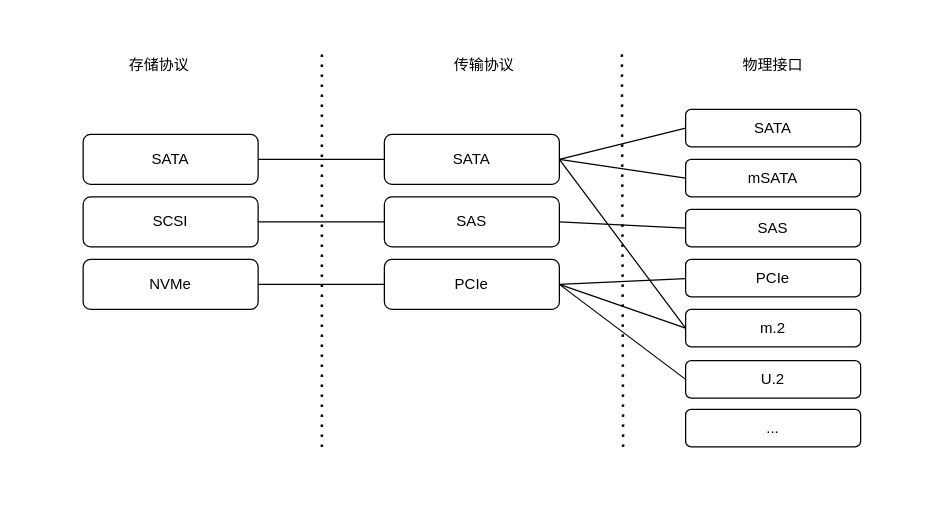
Above: storage.drawio in Aspiresky/draw.io (draw.io), before the change. Source tidied: cells renumbered, new cells numbered last; positions are measured from the earlier drawing's top-left corner, leaving out a move shared by most shapes. Both pictures are drawn from the tidied source at 125%, with x=0, y=0 at pixel (82, 46).
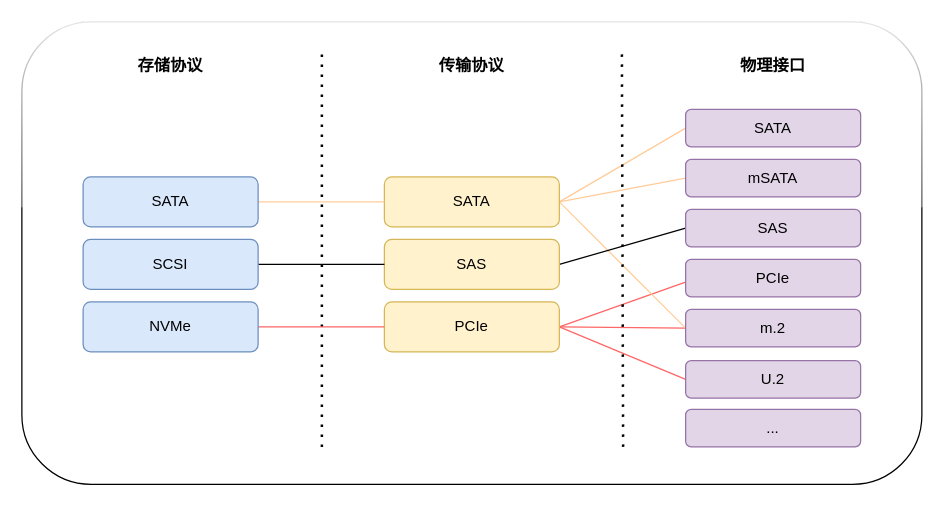
After the change.

Diff of the diagram source:
```diff
@@
-    <mxCell id="2" style="rounded=0;jettySize=auto;html=1;exitX=1;exitY=0.5;exitDx=0;exitDy=0;entryX=0.064;entryY=0.5;entryDx=0;entryDy=0;entryPerimeter=0;endArrow=none;endFill=0;" parent="1" edge="1" source="5" target="25">
-      <mxGeometry relative="1" as="geometry" />
-    </mxCell>
-    <mxCell id="3" style="rounded=0;jettySize=auto;html=1;exitX=1;exitY=0.5;exitDx=0;exitDy=0;entryX=0;entryY=0.5;entryDx=0;entryDy=0;endArrow=none;endFill=0;" parent="1" edge="1" source="5" target="21">
-      <mxGeometry relative="1" as="geometry" />
-    </mxCell>
-    <mxCell id="4" style="rounded=0;jettySize=auto;html=1;exitX=1;exitY=0.5;exitDx=0;exitDy=0;entryX=0;entryY=0.5;entryDx=0;entryDy=0;endArrow=none;endFill=0;" parent="1" edge="1" source="5" target="22">
-      <mxGeometry relative="1" as="geometry" />
-    </mxCell>
-    <mxCell id="5" value="PCIe" style="rounded=1;whiteSpace=wrap;html=1;" parent="1" vertex="1">
-      <mxGeometry x="241" y="170" width="140" height="40" as="geometry" />
-    </mxCell>
-    <mxCell id="6" style="endArrow=none;dashed=1;html=1;dashPattern=1 3;strokeWidth=2;rounded=0;" parent="1" edge="1">
-      <mxGeometry relative="1" as="geometry">
-        <mxPoint x="191" y="320" as="sourcePoint" />
-        <mxPoint x="191" as="targetPoint" />
-      </mxGeometry>
-    </mxCell>
-    <mxCell id="7" style="rounded=0;jettySize=auto;html=1;exitX=1;exitY=0.5;exitDx=0;exitDy=0;entryX=0;entryY=0.5;entryDx=0;entryDy=0;endArrow=none;endFill=0;" parent="1" edge="1" source="10" target="29">
-      <mxGeometry relative="1" as="geometry" />
-    </mxCell>
-    <mxCell id="8" style="rounded=0;jettySize=auto;html=1;exitX=1;exitY=0.5;exitDx=0;exitDy=0;entryX=0;entryY=0.5;entryDx=0;entryDy=0;endArrow=none;endFill=0;" parent="1" edge="1" source="10" target="18">
-      <mxGeometry relative="1" as="geometry" />
-    </mxCell>
-    <mxCell id="9" style="rounded=0;jettySize=auto;html=1;exitX=1;exitY=0.5;exitDx=0;exitDy=0;entryX=0;entryY=0.5;entryDx=0;entryDy=0;endArrow=none;endFill=0;" parent="1" edge="1" source="10" target="21">
-      <mxGeometry relative="1" as="geometry" />
-    </mxCell>
-    <mxCell id="10" value="SATA" style="rounded=1;whiteSpace=wrap;html=1;" parent="1" vertex="1">
-      <mxGeometry x="241" y="70" width="140" height="40" as="geometry" />
-    </mxCell>
-    <mxCell id="11" style="rounded=0;jettySize=auto;html=1;exitX=1;exitY=0.5;exitDx=0;exitDy=0;entryX=0;entryY=0.5;entryDx=0;entryDy=0;endArrow=none;endFill=0;" parent="1" edge="1" source="12" target="28">
-      <mxGeometry relative="1" as="geometry" />
-    </mxCell>
-    <mxCell id="12" value="SAS" style="rounded=1;whiteSpace=wrap;html=1;" parent="1" vertex="1">
-      <mxGeometry x="241" y="120" width="140" height="40" as="geometry" />
-    </mxCell>
-    <mxCell id="13" style="endArrow=none;dashed=1;html=1;dashPattern=1 3;strokeWidth=2;rounded=0;" parent="1" edge="1">
-      <mxGeometry relative="1" as="geometry">
-        <mxPoint x="432" y="320" as="sourcePoint" />
-        <mxPoint x="431" as="targetPoint" />
-      </mxGeometry>
-    </mxCell>
-    <mxCell id="14" style="edgeStyle=orthogonalEdgeStyle;rounded=0;jettySize=auto;html=1;exitX=1;exitY=0.5;exitDx=0;exitDy=0;entryX=0;entryY=0.5;entryDx=0;entryDy=0;endArrow=none;endFill=0;" parent="1" edge="1" source="15" target="12">
-      <mxGeometry relative="1" as="geometry" />
-    </mxCell>
+    <mxCell id="30" style="rounded=1;whiteSpace=wrap;html=1;shadow=0;glass=1;" parent="1" vertex="1">
+      <mxGeometry x="-49" y="-20" width="720" height="370" as="geometry" />
+    </mxCell>
+    <mxCell id="31" style="rounded=0;jettySize=auto;html=1;exitX=1;exitY=0.5;exitDx=0;exitDy=0;entryX=0.064;entryY=0.5;entryDx=0;entryDy=0;entryPerimeter=0;endArrow=none;endFill=0;strokeColor=#FF6666;" parent="1" edge="1" source="34" target="45">
+      <mxGeometry relative="1" as="geometry" />
+    </mxCell>
+    <mxCell id="32" style="rounded=0;jettySize=auto;html=1;exitX=1;exitY=0.5;exitDx=0;exitDy=0;entryX=0;entryY=0.5;entryDx=0;entryDy=0;endArrow=none;endFill=0;strokeColor=#FF6666;" parent="1" edge="1" source="34" target="21">
+      <mxGeometry relative="1" as="geometry" />
+    </mxCell>
+    <mxCell id="33" style="rounded=0;jettySize=auto;html=1;exitX=1;exitY=0.5;exitDx=0;exitDy=0;entryX=0;entryY=0.5;entryDx=0;entryDy=0;endArrow=none;endFill=0;strokeColor=#FF6666;" parent="1" edge="1" source="34" target="22">
+      <mxGeometry relative="1" as="geometry" />
+    </mxCell>
+    <mxCell id="34" value="PCIe" style="rounded=1;whiteSpace=wrap;html=1;fillColor=#fff2cc;strokeColor=#d6b656;" parent="1" vertex="1">
+      <mxGeometry x="241" y="204" width="140" height="40" as="geometry" />
+    </mxCell>
+    <mxCell id="35" style="endArrow=none;dashed=1;html=1;dashPattern=1 3;strokeWidth=2;rounded=0;" parent="1" edge="1">
+      <mxGeometry relative="1" as="geometry">
+        <mxPoint x="191" y="320" as="sourcePoint" />
+        <mxPoint x="191" as="targetPoint" />
+      </mxGeometry>
+    </mxCell>
+    <mxCell id="36" style="rounded=0;jettySize=auto;html=1;exitX=1;exitY=0.5;exitDx=0;exitDy=0;entryX=0;entryY=0.5;entryDx=0;entryDy=0;endArrow=none;endFill=0;strokeColor=#FFCC99;" parent="1" edge="1" source="39" target="49">
+      <mxGeometry relative="1" as="geometry" />
+    </mxCell>
+    <mxCell id="37" style="rounded=0;jettySize=auto;html=1;exitX=1;exitY=0.5;exitDx=0;exitDy=0;entryX=0;entryY=0.5;entryDx=0;entryDy=0;endArrow=none;endFill=0;strokeColor=#FFCC99;" parent="1" edge="1" source="39" target="18">
+      <mxGeometry relative="1" as="geometry" />
+    </mxCell>
+    <mxCell id="38" style="rounded=0;jettySize=auto;html=1;exitX=1;exitY=0.5;exitDx=0;exitDy=0;entryX=0;entryY=0.5;entryDx=0;entryDy=0;endArrow=none;endFill=0;strokeColor=#FFCC99;" parent="1" edge="1" source="39" target="21">
+      <mxGeometry relative="1" as="geometry" />
+    </mxCell>
+    <mxCell id="39" value="SATA" style="rounded=1;whiteSpace=wrap;html=1;fillColor=#fff2cc;strokeColor=#d6b656;" parent="1" vertex="1">
+      <mxGeometry x="241" y="104" width="140" height="40" as="geometry" />
+    </mxCell>
+    <mxCell id="40" style="rounded=0;jettySize=auto;html=1;exitX=1;exitY=0.5;exitDx=0;exitDy=0;entryX=0;entryY=0.5;entryDx=0;entryDy=0;endArrow=none;endFill=0;" parent="1" edge="1" source="41" target="48">
+      <mxGeometry relative="1" as="geometry" />
+    </mxCell>
+    <mxCell id="41" value="SAS" style="rounded=1;whiteSpace=wrap;html=1;fillColor=#fff2cc;strokeColor=#d6b656;" parent="1" vertex="1">
+      <mxGeometry x="241" y="154" width="140" height="40" as="geometry" />
+    </mxCell>
+    <mxCell id="42" style="endArrow=none;dashed=1;html=1;dashPattern=1 3;strokeWidth=2;rounded=0;" parent="1" edge="1">
+      <mxGeometry relative="1" as="geometry">
+        <mxPoint x="432" y="320" as="sourcePoint" />
+        <mxPoint x="431" as="targetPoint" />
+      </mxGeometry>
+    </mxCell>
+    <mxCell id="43" style="edgeStyle=orthogonalEdgeStyle;rounded=0;jettySize=auto;html=1;exitX=1;exitY=0.5;exitDx=0;exitDy=0;entryX=0;entryY=0.5;entryDx=0;entryDy=0;endArrow=none;endFill=0;" parent="1" edge="1" source="15" target="41">
+      <mxGeometry relative="1" as="geometry" />
+    </mxCell>
-    <mxCell id="15" value="SCSI" style="rounded=1;whiteSpace=wrap;html=1;" parent="1" vertex="1">
-      <mxGeometry y="120" width="140" height="40" as="geometry" />
+    <mxCell id="15" value="SCSI" style="rounded=1;whiteSpace=wrap;html=1;fillColor=#dae8fc;strokeColor=#6c8ebf;" parent="1" vertex="1">
+      <mxGeometry y="154" width="140" height="40" as="geometry" />
     </mxCell>
-    <mxCell id="16" style="edgeStyle=orthogonalEdgeStyle;rounded=0;jettySize=auto;html=1;exitX=1;exitY=0.5;exitDx=0;exitDy=0;entryX=0;entryY=0.5;entryDx=0;entryDy=0;endArrow=none;endFill=0;" parent="1" edge="1" source="17" target="5">
-      <mxGeometry relative="1" as="geometry" />
-    </mxCell>
+    <mxCell id="44" style="edgeStyle=orthogonalEdgeStyle;rounded=0;jettySize=auto;html=1;exitX=1;exitY=0.5;exitDx=0;exitDy=0;entryX=0;entryY=0.5;entryDx=0;entryDy=0;endArrow=none;endFill=0;strokeColor=#FF6666;" parent="1" edge="1" source="17" target="34">
+      <mxGeometry relative="1" as="geometry" />
+    </mxCell>
-    <mxCell id="17" value="NVMe" style="rounded=1;whiteSpace=wrap;html=1;" parent="1" vertex="1">
-      <mxGeometry y="170" width="140" height="40" as="geometry" />
+    <mxCell id="17" value="NVMe" style="rounded=1;whiteSpace=wrap;html=1;fillColor=#dae8fc;strokeColor=#6c8ebf;" parent="1" vertex="1">
+      <mxGeometry y="204" width="140" height="40" as="geometry" />
     </mxCell>
-    <mxCell id="18" value="mSATA" style="rounded=1;whiteSpace=wrap;html=1;" parent="1" vertex="1">
+    <mxCell id="18" value="mSATA" style="rounded=1;whiteSpace=wrap;html=1;fillColor=#e1d5e7;strokeColor=#9673a6;" parent="1" vertex="1">
       <mxGeometry x="482" y="90" width="140" height="30" as="geometry" />
     </mxCell>
-    <mxCell id="19" value="存储协议" style="text;html=1;strokeColor=none;fillColor=none;align=center;verticalAlign=middle;whiteSpace=wrap;rounded=0;" parent="1" vertex="1">
-      <mxGeometry x="31" width="60" height="30" as="geometry" />
+    <mxCell id="19" value="存储协议" style="text;html=1;strokeColor=none;fillColor=none;align=center;verticalAlign=middle;whiteSpace=wrap;rounded=0;fontStyle=1;fontSize=13;" parent="1" vertex="1">
+      <mxGeometry x="40" width="60" height="30" as="geometry" />
     </mxCell>
-    <mxCell id="20" value="物理接口" style="text;html=1;strokeColor=none;fillColor=none;align=center;verticalAlign=middle;whiteSpace=wrap;rounded=0;" parent="1" vertex="1">
+    <mxCell id="20" value="物理接口" style="text;html=1;strokeColor=none;fillColor=none;align=center;verticalAlign=middle;whiteSpace=wrap;rounded=0;fontStyle=1;fontSize=13;" parent="1" vertex="1">
       <mxGeometry x="522" width="60" height="30" as="geometry" />
     </mxCell>
-    <mxCell id="21" value="m.2" style="rounded=1;whiteSpace=wrap;html=1;" parent="1" vertex="1">
+    <mxCell id="21" value="m.2" style="rounded=1;whiteSpace=wrap;html=1;fillColor=#e1d5e7;strokeColor=#9673a6;" parent="1" vertex="1">
       <mxGeometry x="482" y="210" width="140" height="30" as="geometry" />
     </mxCell>
-    <mxCell id="22" value="U.2" style="rounded=1;whiteSpace=wrap;html=1;" parent="1" vertex="1">
+    <mxCell id="22" value="U.2" style="rounded=1;whiteSpace=wrap;html=1;fillColor=#e1d5e7;strokeColor=#9673a6;" parent="1" vertex="1">
       <mxGeometry x="482" y="251" width="140" height="30" as="geometry" />
     </mxCell>
-    <mxCell id="23" value="传输协议" style="text;html=1;strokeColor=none;fillColor=none;align=center;verticalAlign=middle;whiteSpace=wrap;rounded=0;" parent="1" vertex="1">
-      <mxGeometry x="291" width="60" height="30" as="geometry" />
+    <mxCell id="23" value="传输协议" style="text;html=1;strokeColor=none;fillColor=none;align=center;verticalAlign=middle;whiteSpace=wrap;rounded=0;fontStyle=1;fontSize=13;" parent="1" vertex="1">
+      <mxGeometry x="281" width="60" height="30" as="geometry" />
     </mxCell>
-    <mxCell id="24" value="..." style="rounded=1;whiteSpace=wrap;html=1;" parent="1" vertex="1">
+    <mxCell id="24" value="..." style="rounded=1;whiteSpace=wrap;html=1;fillColor=#e1d5e7;strokeColor=#9673a6;" parent="1" vertex="1">
       <mxGeometry x="482" y="290" width="140" height="30" as="geometry" />
     </mxCell>
-    <mxCell id="25" value="PCIe" style="rounded=1;whiteSpace=wrap;html=1;" parent="1" vertex="1">
-      <mxGeometry x="482" y="170" width="140" height="30" as="geometry" />
-    </mxCell>
-    <mxCell id="26" style="edgeStyle=orthogonalEdgeStyle;rounded=0;jettySize=auto;html=1;exitX=1;exitY=0.5;exitDx=0;exitDy=0;entryX=0;entryY=0.5;entryDx=0;entryDy=0;endArrow=none;endFill=0;" parent="1" edge="1" source="27" target="10">
-      <mxGeometry relative="1" as="geometry" />
-    </mxCell>
-    <mxCell id="27" value="SATA" style="rounded=1;whiteSpace=wrap;html=1;" parent="1" vertex="1">
-      <mxGeometry y="70" width="140" height="40" as="geometry" />
-    </mxCell>
-    <mxCell id="28" value="SAS" style="rounded=1;whiteSpace=wrap;html=1;" parent="1" vertex="1">
-      <mxGeometry x="482" y="130" width="140" height="30" as="geometry" />
-    </mxCell>
-    <mxCell id="29" value="SATA" style="rounded=1;whiteSpace=wrap;html=1;" parent="1" vertex="1">
-      <mxGeometry x="482" y="50" width="140" height="30" as="geometry" />
-    </mxCell>
+    <mxCell id="45" value="PCIe" style="rounded=1;whiteSpace=wrap;html=1;fillColor=#e1d5e7;strokeColor=#9673a6;" parent="1" vertex="1">
+      <mxGeometry x="482" y="170" width="140" height="30" as="geometry" />
+    </mxCell>
+    <mxCell id="46" style="edgeStyle=orthogonalEdgeStyle;rounded=0;jettySize=auto;html=1;exitX=1;exitY=0.5;exitDx=0;exitDy=0;entryX=0;entryY=0.5;entryDx=0;entryDy=0;endArrow=none;endFill=0;strokeColor=#FFCC99;" parent="1" edge="1" source="47" target="39">
+      <mxGeometry relative="1" as="geometry" />
+    </mxCell>
+    <mxCell id="47" value="SATA" style="rounded=1;whiteSpace=wrap;html=1;fillColor=#dae8fc;strokeColor=#6c8ebf;" parent="1" vertex="1">
+      <mxGeometry y="104" width="140" height="40" as="geometry" />
+    </mxCell>
+    <mxCell id="48" value="SAS" style="rounded=1;whiteSpace=wrap;html=1;fillColor=#e1d5e7;strokeColor=#9673a6;" parent="1" vertex="1">
+      <mxGeometry x="482" y="130" width="140" height="30" as="geometry" />
+    </mxCell>
+    <mxCell id="49" value="SATA" style="rounded=1;whiteSpace=wrap;html=1;fillColor=#e1d5e7;strokeColor=#9673a6;" parent="1" vertex="1">
+      <mxGeometry x="482" y="50" width="140" height="30" as="geometry" />
+    </mxCell>
```
